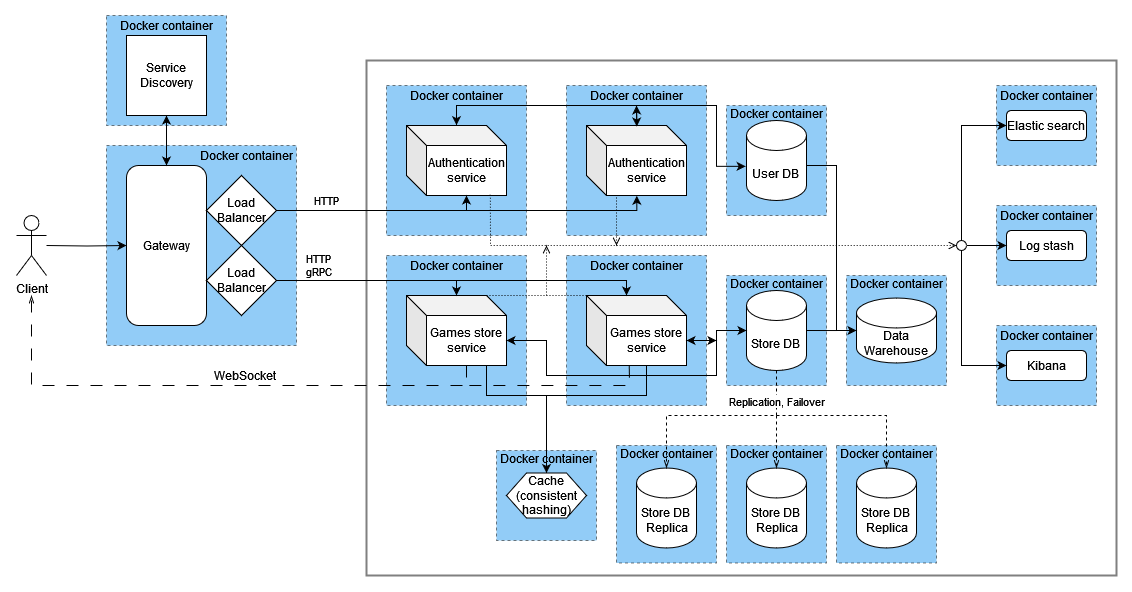
Above: docs/SystemArchitecture.png in Syn4z/PAD-Labs (draw.io), before the change. Source tidied: cells renumbered, new cells last; positions are measured from the earlier drawing's top-left corner, leaving out a move shared by most shapes.
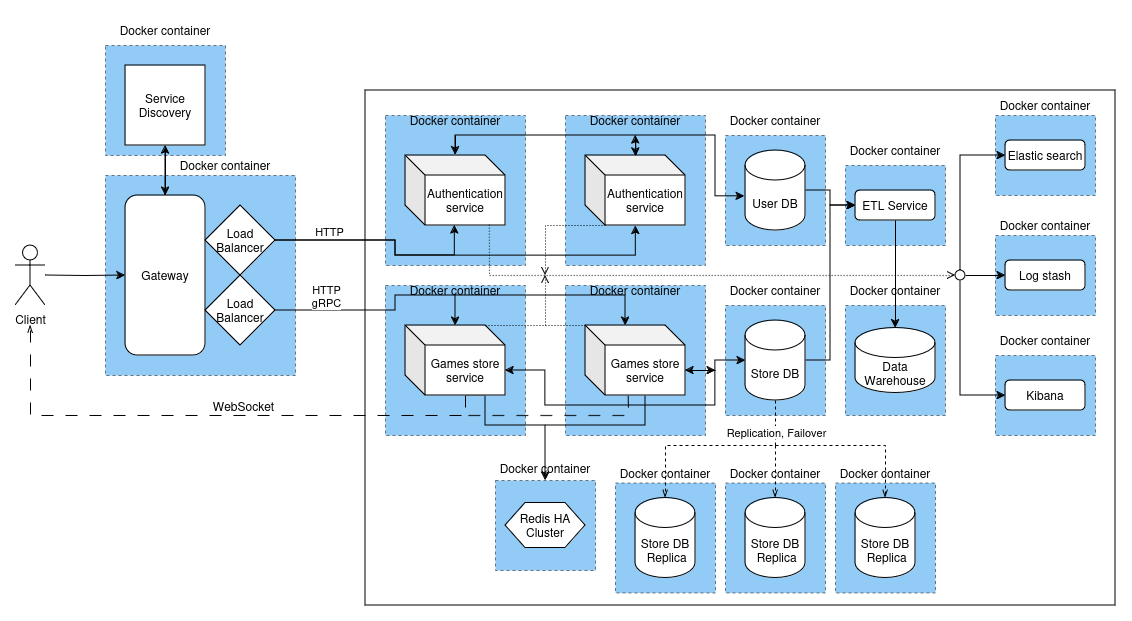
Later version of the same file.

Diff of the diagram source:
```diff
@@ -2,11 +2,14 @@
   <root>
     <mxCell id="0" />
     <mxCell id="1" parent="0" />
+    <mxCell id="89" style="rounded=0;whiteSpace=wrap;html=1;dashed=1;opacity=50;strokeColor=default;align=center;verticalAlign=middle;fontFamily=Helvetica;fontSize=12;fontColor=default;fillColor=#2599EE;" parent="1" vertex="1">
+      <mxGeometry x="830" y="120" width="100" height="80" as="geometry" />
+    </mxCell>
     <mxCell id="2" style="rounded=0;whiteSpace=wrap;html=1;opacity=50;strokeColor=default;align=center;verticalAlign=middle;fontFamily=Helvetica;fontSize=12;fontColor=default;fillColor=none;strokeWidth=2;" parent="1" vertex="1">
       <mxGeometry x="350" y="45" width="750" height="515" as="geometry" />
     </mxCell>
     <mxCell id="3" style="rounded=0;whiteSpace=wrap;html=1;dashed=1;opacity=50;strokeColor=default;align=center;verticalAlign=middle;fontFamily=Helvetica;fontSize=12;fontColor=default;fillColor=#2599EE;" parent="1" vertex="1">
-      <mxGeometry x="710" y="430" width="100" height="117.5" as="geometry" />
+      <mxGeometry x="710" y="437.5" width="100" height="110" as="geometry" />
     </mxCell>
     <mxCell id="4" style="rounded=0;whiteSpace=wrap;html=1;dashed=1;opacity=50;strokeColor=default;align=center;verticalAlign=middle;fontFamily=Helvetica;fontSize=12;fontColor=default;fillColor=#2599EE;" parent="1" vertex="1">
       <mxGeometry x="550" y="240" width="140" height="150" as="geometry" />
@@ -35,14 +38,15 @@
     <mxCell id="12" style="rounded=0;whiteSpace=wrap;html=1;dashed=1;perimeterSpacing=0;opacity=50;fillColor=#2599EE;" parent="1" vertex="1">
       <mxGeometry x="370" y="70" width="140" height="150" as="geometry" />
     </mxCell>
+    <mxCell id="90" style="edgeStyle=orthogonalEdgeStyle;rounded=0;jettySize=auto;html=1;exitX=1;exitY=0.5;exitDx=0;exitDy=0;exitPerimeter=0;entryX=0;entryY=0.5;entryDx=0;entryDy=0;" parent="1" edge="1" source="13" target="93">
+      <mxGeometry relative="1" as="geometry" />
+    </mxCell>
     <mxCell id="13" value="&lt;div&gt;User DB&lt;br&gt;&lt;/div&gt;" style="shape=cylinder3;whiteSpace=wrap;html=1;boundedLbl=1;backgroundOutline=1;size=15;shadow=0;" parent="1" vertex="1">
       <mxGeometry x="730" y="105" width="60" height="80" as="geometry" />
     </mxCell>
-    <mxCell id="14" style="edgeStyle=orthogonalEdgeStyle;rounded=0;jettySize=auto;html=1;exitX=1;exitY=0.5;exitDx=0;exitDy=0;exitPerimeter=0;endArrow=none;endFill=0;" parent="1" edge="1" source="15">
-      <mxGeometry relative="1" as="geometry">
-        <mxPoint x="820" y="315" as="targetPoint" />
-      </mxGeometry>
-    </mxCell>
+    <mxCell id="91" style="edgeStyle=orthogonalEdgeStyle;rounded=0;jettySize=auto;html=1;exitX=1;exitY=0.5;exitDx=0;exitDy=0;exitPerimeter=0;entryX=0;entryY=0.5;entryDx=0;entryDy=0;" parent="1" edge="1" source="15" target="93">
+      <mxGeometry relative="1" as="geometry" />
+    </mxCell>
     <mxCell id="15" value="&lt;div&gt;Store DB&lt;br&gt;&lt;/div&gt;" style="shape=cylinder3;whiteSpace=wrap;html=1;boundedLbl=1;backgroundOutline=1;size=15;" parent="1" vertex="1">
       <mxGeometry x="730" y="275" width="60" height="80" as="geometry" />
     </mxCell>
@@ -85,7 +89,7 @@
         <mxPoint x="-41" y="-9" as="offset" />
       </mxGeometry>
     </mxCell>
-    <mxCell id="25" style="edgeStyle=orthogonalEdgeStyle;rounded=0;jettySize=auto;html=1;exitX=0;exitY=0;exitDx=60;exitDy=70;exitPerimeter=0;fontFamily=Helvetica;fontSize=12;fontColor=default;entryX=0.5;entryY=0;entryDx=0;entryDy=0;" parent="1" edge="1" source="26" target="34">
+    <mxCell id="25" style="edgeStyle=orthogonalEdgeStyle;rounded=0;jettySize=auto;html=1;exitX=0;exitY=0;exitDx=60;exitDy=70;exitPerimeter=0;fontFamily=Helvetica;fontSize=12;fontColor=default;entryX=0.5;entryY=0;entryDx=0;entryDy=0;" parent="1" edge="1" source="26" target="5">
       <mxGeometry relative="1" as="geometry">
         <Array as="points">
           <mxPoint x="470" y="350" />
@@ -101,7 +105,9 @@
       <mxGeometry relative="1" as="geometry">
         <mxPoint x="440" y="280" as="targetPoint" />
         <Array as="points">
-          <mxPoint x="440" y="265" />
+          <mxPoint x="380" y="265" />
+          <mxPoint x="380" y="250" />
+          <mxPoint x="440" y="250" />
         </Array>
       </mxGeometry>
     </mxCell>
@@ -110,6 +116,15 @@
         <mxPoint x="-9" y="-15" as="offset" />
       </mxGeometry>
     </mxCell>
+    <mxCell id="88" style="edgeStyle=orthogonalEdgeStyle;rounded=0;jettySize=auto;html=1;exitX=1;exitY=0.5;exitDx=0;exitDy=0;entryX=0.493;entryY=1;entryDx=0;entryDy=0;entryPerimeter=0;" parent="1" edge="1" source="21" target="20">
+      <mxGeometry relative="1" as="geometry">
+        <Array as="points">
+          <mxPoint x="380" y="195" />
+          <mxPoint x="380" y="210" />
+          <mxPoint x="439" y="210" />
+        </Array>
+      </mxGeometry>
+    </mxCell>
     <mxCell id="29" style="edgeStyle=orthogonalEdgeStyle;rounded=0;jettySize=auto;html=1;exitX=0.503;exitY=-0.014;exitDx=0;exitDy=0;exitPerimeter=0;" parent="1" edge="1" source="30">
       <mxGeometry relative="1" as="geometry">
         <mxPoint x="620" y="90" as="targetPoint" />
@@ -121,7 +136,9 @@
     <mxCell id="31" style="edgeStyle=orthogonalEdgeStyle;rounded=0;jettySize=auto;html=1;exitX=1;exitY=0.5;exitDx=0;exitDy=0;entryX=0.503;entryY=1.004;entryDx=0;entryDy=0;entryPerimeter=0;" parent="1" edge="1" source="21" target="30">
       <mxGeometry relative="1" as="geometry">
         <Array as="points">
-          <mxPoint x="620" y="195" />
+          <mxPoint x="380" y="195" />
+          <mxPoint x="380" y="210" />
+          <mxPoint x="620" y="210" />
         </Array>
       </mxGeometry>
     </mxCell>
@@ -139,7 +156,7 @@
         </Array>
       </mxGeometry>
     </mxCell>
-    <mxCell id="34" value="Cache (consistent hashing)" style="shape=hexagon;perimeter=hexagonPerimeter2;whiteSpace=wrap;html=1;fixedSize=1;" parent="1" vertex="1">
+    <mxCell id="34" value="Redis HA Cluster" style="shape=hexagon;perimeter=hexagonPerimeter2;whiteSpace=wrap;html=1;fixedSize=1;" parent="1" vertex="1">
       <mxGeometry x="490" y="457.5" width="80" height="45" as="geometry" />
     </mxCell>
     <mxCell id="35" style="edgeStyle=orthogonalEdgeStyle;rounded=0;jettySize=auto;html=1;exitX=0.5;exitY=1;exitDx=0;exitDy=0;entryX=0.5;entryY=0;entryDx=0;entryDy=0;" parent="1" edge="1" source="36" target="19">
@@ -169,28 +186,28 @@
       </mxGeometry>
     </mxCell>
     <mxCell id="40" value="Docker container" style="text;html=1;align=center;verticalAlign=middle;whiteSpace=wrap;rounded=0;" parent="1" vertex="1">
-      <mxGeometry x="390" y="65" width="100" height="30" as="geometry" />
+      <mxGeometry x="390" y="60" width="100" height="30" as="geometry" />
     </mxCell>
     <mxCell id="41" value="Docker container" style="text;html=1;align=center;verticalAlign=middle;whiteSpace=wrap;rounded=0;" parent="1" vertex="1">
-      <mxGeometry x="710" y="90" width="100" height="15" as="geometry" />
+      <mxGeometry x="710" y="60" width="100" height="30" as="geometry" />
     </mxCell>
     <mxCell id="42" value="Docker container" style="text;html=1;align=center;verticalAlign=middle;whiteSpace=wrap;rounded=0;" parent="1" vertex="1">
-      <mxGeometry x="390" y="235" width="100" height="30" as="geometry" />
+      <mxGeometry x="390" y="230" width="100" height="30" as="geometry" />
     </mxCell>
     <mxCell id="43" value="Docker container" style="text;html=1;align=center;verticalAlign=middle;whiteSpace=wrap;rounded=0;" parent="1" vertex="1">
-      <mxGeometry x="710" y="252.5" width="100" height="30" as="geometry" />
+      <mxGeometry x="710" y="230" width="100" height="30" as="geometry" />
     </mxCell>
     <mxCell id="44" value="Docker container" style="text;html=1;align=center;verticalAlign=middle;whiteSpace=wrap;rounded=0;" parent="1" vertex="1">
-      <mxGeometry x="570" y="65" width="100" height="30" as="geometry" />
+      <mxGeometry x="570" y="60" width="100" height="30" as="geometry" />
     </mxCell>
     <mxCell id="45" value="Docker container" style="text;html=1;align=center;verticalAlign=middle;whiteSpace=wrap;rounded=0;" parent="1" vertex="1">
-      <mxGeometry x="180" y="125" width="100" height="30" as="geometry" />
+      <mxGeometry x="160" y="105" width="100" height="30" as="geometry" />
     </mxCell>
     <mxCell id="46" value="Docker container" style="text;html=1;align=center;verticalAlign=middle;whiteSpace=wrap;rounded=0;" parent="1" vertex="1">
-      <mxGeometry x="100" width="100" height="20" as="geometry" />
+      <mxGeometry x="100" y="-30" width="100" height="30" as="geometry" />
     </mxCell>
     <mxCell id="47" value="Docker container" style="text;html=1;align=center;verticalAlign=middle;whiteSpace=wrap;rounded=0;" parent="1" vertex="1">
-      <mxGeometry x="480" y="427.5" width="100" height="30" as="geometry" />
+      <mxGeometry x="480" y="407.5" width="100" height="30" as="geometry" />
     </mxCell>
     <mxCell id="48" style="edgeStyle=orthogonalEdgeStyle;rounded=0;jettySize=auto;html=1;exitX=0;exitY=0;exitDx=60;exitDy=70;exitPerimeter=0;fontFamily=Helvetica;fontSize=12;fontColor=default;endArrow=none;endFill=0;" parent="1" edge="1" source="50">
       <mxGeometry relative="1" as="geometry">
@@ -209,13 +226,14 @@
       <mxGeometry x="570" y="280" width="100" height="70" as="geometry" />
     </mxCell>
     <mxCell id="51" value="Docker container" style="text;html=1;align=center;verticalAlign=middle;whiteSpace=wrap;rounded=0;" parent="1" vertex="1">
-      <mxGeometry x="570" y="235" width="100" height="30" as="geometry" />
+      <mxGeometry x="570" y="230" width="100" height="30" as="geometry" />
     </mxCell>
-    <mxCell id="52" style="endArrow=classic;html=1;rounded=0;fontFamily=Helvetica;fontSize=12;fontColor=default;entryX=0;entryY=0;entryDx=40;entryDy=0;entryPerimeter=0;exitX=1;exitY=0.5;exitDx=0;exitDy=0;" parent="1" edge="1" source="22" target="50">
+    <mxCell id="52" style="endArrow=classic;html=1;rounded=0;fontFamily=Helvetica;fontSize=12;fontColor=default;entryX=0;entryY=0;entryDx=40;entryDy=0;entryPerimeter=0;" parent="1" edge="1" target="50">
       <mxGeometry relative="1" as="geometry">
+        <mxPoint x="440" y="250" as="sourcePoint" />
         <Array as="points">
-          <mxPoint x="570" y="265" />
-          <mxPoint x="610" y="265" />
+          <mxPoint x="570" y="250" />
+          <mxPoint x="610" y="250" />
         </Array>
       </mxGeometry>
     </mxCell>
@@ -236,25 +254,25 @@
       <mxGeometry x="730" y="452.5" width="60" height="80" as="geometry" />
     </mxCell>
     <mxCell id="56" value="Docker container" style="text;html=1;align=center;verticalAlign=middle;whiteSpace=wrap;rounded=0;" parent="1" vertex="1">
-      <mxGeometry x="710" y="422.5" width="100" height="30" as="geometry" />
+      <mxGeometry x="710" y="412.5" width="100" height="30" as="geometry" />
     </mxCell>
     <mxCell id="57" style="rounded=0;whiteSpace=wrap;html=1;dashed=1;opacity=50;strokeColor=default;align=center;verticalAlign=middle;fontFamily=Helvetica;fontSize=12;fontColor=default;fillColor=#2599EE;" parent="1" vertex="1">
-      <mxGeometry x="820" y="430" width="100" height="117.5" as="geometry" />
+      <mxGeometry x="820" y="437.5" width="100" height="110" as="geometry" />
     </mxCell>
     <mxCell id="58" value="&lt;div&gt;Store DB&lt;br&gt;&lt;/div&gt;&amp;nbsp;Replica" style="shape=cylinder3;whiteSpace=wrap;html=1;boundedLbl=1;backgroundOutline=1;size=15;" parent="1" vertex="1">
       <mxGeometry x="840" y="452.5" width="60" height="80" as="geometry" />
     </mxCell>
     <mxCell id="59" value="Docker container" style="text;html=1;align=center;verticalAlign=middle;whiteSpace=wrap;rounded=0;" parent="1" vertex="1">
-      <mxGeometry x="820" y="422.5" width="100" height="30" as="geometry" />
+      <mxGeometry x="820" y="412.5" width="100" height="30" as="geometry" />
     </mxCell>
     <mxCell id="60" style="rounded=0;whiteSpace=wrap;html=1;dashed=1;opacity=50;strokeColor=default;align=center;verticalAlign=middle;fontFamily=Helvetica;fontSize=12;fontColor=default;fillColor=#2599EE;" parent="1" vertex="1">
-      <mxGeometry x="600" y="430" width="100" height="117.5" as="geometry" />
+      <mxGeometry x="600" y="437.5" width="100" height="110" as="geometry" />
     </mxCell>
     <mxCell id="61" value="&lt;div&gt;Store DB&lt;br&gt;&lt;/div&gt;&amp;nbsp;Replica" style="shape=cylinder3;whiteSpace=wrap;html=1;boundedLbl=1;backgroundOutline=1;size=15;" parent="1" vertex="1">
       <mxGeometry x="620" y="452.5" width="60" height="80" as="geometry" />
     </mxCell>
     <mxCell id="62" value="Docker container" style="text;html=1;align=center;verticalAlign=middle;whiteSpace=wrap;rounded=0;" parent="1" vertex="1">
-      <mxGeometry x="600" y="422.5" width="100" height="30" as="geometry" />
+      <mxGeometry x="600" y="412.5" width="100" height="30" as="geometry" />
     </mxCell>
     <mxCell id="63" style="edgeStyle=orthogonalEdgeStyle;rounded=0;jettySize=auto;html=1;exitX=0.5;exitY=1;exitDx=0;exitDy=0;exitPerimeter=0;entryX=0.5;entryY=0;entryDx=0;entryDy=0;entryPerimeter=0;dashed=1;endArrow=openThin;endFill=0;" parent="1" edge="1" source="15" target="61">
       <mxGeometry relative="1" as="geometry">
@@ -287,7 +305,7 @@
       <mxGeometry x="980" y="70" width="100" height="80" as="geometry" />
     </mxCell>
     <mxCell id="68" value="Docker container" style="text;html=1;align=center;verticalAlign=middle;whiteSpace=wrap;rounded=0;" parent="1" vertex="1">
-      <mxGeometry x="980" y="65" width="100" height="30" as="geometry" />
+      <mxGeometry x="980" y="45" width="100" height="30" as="geometry" />
     </mxCell>
     <mxCell id="69" value="Elastic search" style="rounded=1;whiteSpace=wrap;html=1;" parent="1" vertex="1">
       <mxGeometry x="990" y="95" width="80" height="30" as="geometry" />
@@ -296,7 +314,7 @@
       <mxGeometry x="980" y="310" width="100" height="80" as="geometry" />
     </mxCell>
     <mxCell id="71" value="Docker container" style="text;html=1;align=center;verticalAlign=middle;whiteSpace=wrap;rounded=0;" parent="1" vertex="1">
-      <mxGeometry x="980" y="305" width="100" height="30" as="geometry" />
+      <mxGeometry x="980" y="280" width="100" height="30" as="geometry" />
     </mxCell>
     <mxCell id="72" value="Kibana" style="rounded=1;whiteSpace=wrap;html=1;" parent="1" vertex="1">
       <mxGeometry x="990" y="335" width="80" height="30" as="geometry" />
@@ -305,7 +323,7 @@
       <mxGeometry x="980" y="190" width="100" height="80" as="geometry" />
     </mxCell>
     <mxCell id="74" value="Docker container" style="text;html=1;align=center;verticalAlign=middle;whiteSpace=wrap;rounded=0;" parent="1" vertex="1">
-      <mxGeometry x="980" y="185" width="100" height="30" as="geometry" />
+      <mxGeometry x="980" y="165" width="100" height="30" as="geometry" />
     </mxCell>
     <mxCell id="75" value="Log stash" style="rounded=1;whiteSpace=wrap;html=1;" parent="1" vertex="1">
       <mxGeometry x="990" y="215" width="80" height="30" as="geometry" />
@@ -328,10 +346,9 @@
     </mxCell>
     <mxCell id="78" style="endArrow=open;html=1;rounded=0;exitX=0;exitY=0;exitDx=20;exitDy=70;exitPerimeter=0;dashed=1;dashPattern=1 2;endFill=0;" parent="1" edge="1" source="30">
       <mxGeometry relative="1" as="geometry">
-        <mxPoint x="600" y="230" as="targetPoint" />
+        <mxPoint x="530" y="230" as="targetPoint" />
         <Array as="points">
-          <mxPoint x="600" y="180" />
-          <mxPoint x="600" y="200" />
+          <mxPoint x="530" y="180" />
         </Array>
       </mxGeometry>
     </mxCell>
@@ -361,23 +378,16 @@
       <mxGeometry x="840" y="282.5" width="80" height="65" as="geometry" />
     </mxCell>
     <mxCell id="86" value="Docker container" style="text;html=1;align=center;verticalAlign=middle;whiteSpace=wrap;rounded=0;" parent="1" vertex="1">
-      <mxGeometry x="830" y="252.5" width="100" height="30" as="geometry" />
+      <mxGeometry x="830" y="230" width="100" height="30" as="geometry" />
     </mxCell>
-    <mxCell id="87" style="edgeStyle=orthogonalEdgeStyle;rounded=0;jettySize=auto;html=1;exitX=1;exitY=0.5;exitDx=0;exitDy=0;exitPerimeter=0;entryX=0;entryY=0.5;entryDx=0;entryDy=0;entryPerimeter=0;" parent="1" edge="1" source="13" target="85">
-      <mxGeometry relative="1" as="geometry">
-        <Array as="points">
-          <mxPoint x="790" y="150" />
-          <mxPoint x="820" y="150" />
-          <mxPoint x="820" y="315" />
-        </Array>
-      </mxGeometry>
-    </mxCell>
-    <mxCell id="88" style="endArrow=classic;html=1;rounded=0;entryX=0;entryY=0;entryDx=60;entryDy=70;entryPerimeter=0;exitX=1;exitY=0.5;exitDx=0;exitDy=0;" parent="1" edge="1" source="21" target="20">
-      <mxGeometry relative="1" as="geometry">
-        <Array as="points">
-          <mxPoint x="450" y="195" />
-        </Array>
-      </mxGeometry>
-    </mxCell>
+    <mxCell id="92" value="Docker container" style="text;html=1;align=center;verticalAlign=middle;whiteSpace=wrap;rounded=0;" parent="1" vertex="1">
+      <mxGeometry x="830" y="90" width="100" height="30" as="geometry" />
+    </mxCell>
+    <mxCell id="93" value="ETL Service" style="rounded=1;whiteSpace=wrap;html=1;" parent="1" vertex="1">
+      <mxGeometry x="840" y="145" width="80" height="30" as="geometry" />
+    </mxCell>
+    <mxCell id="94" style="edgeStyle=orthogonalEdgeStyle;rounded=0;jettySize=auto;html=1;exitX=0.5;exitY=1;exitDx=0;exitDy=0;entryX=0.5;entryY=0;entryDx=0;entryDy=0;entryPerimeter=0;" parent="1" edge="1" source="93" target="85">
+      <mxGeometry relative="1" as="geometry" />
+    </mxCell>
   </root>
 </mxGraphModel>
```
